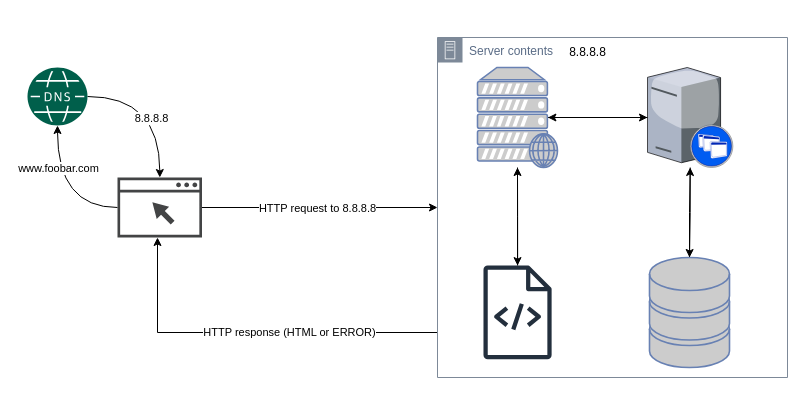
The draw.io diagram Untitled Simple web stack.drawio in abogo-nono/draw.io, before the edit. Source tidied: cells renumbered, new cells numbered last; positions are measured from the earlier drawing's top-left corner, leaving out a move shared by most shapes. Both pictures are drawn from the tidied source at 100%, with x=0, y=0 at pixel (27, 37).
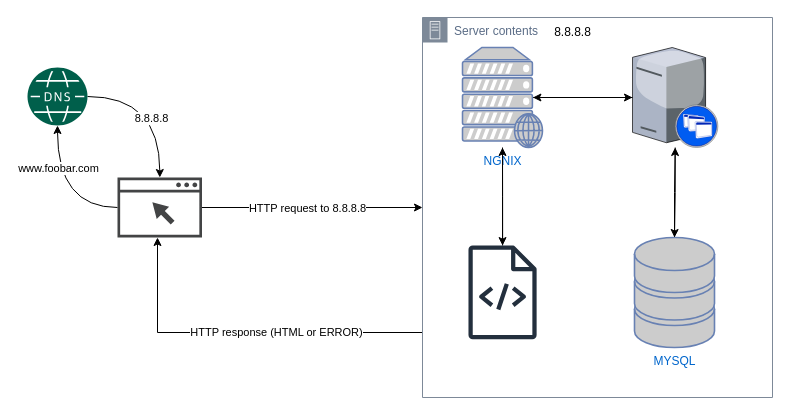
Above is the later version.

Commit message (it also covers changes not shown here):
Simple web stack.drawio

Change to the diagram source:
```diff
@@
     <mxCell id="4" value="Server contents" style="points=[[0,0],[0.25,0],[0.5,0],[0.75,0],[1,0],[1,0.25],[1,0.5],[1,0.75],[1,1],[0.75,1],[0.5,1],[0.25,1],[0,1],[0,0.75],[0,0.5],[0,0.25]];outlineConnect=0;gradientColor=none;html=1;whiteSpace=wrap;fontSize=12;fontStyle=0;shape=mxgraph.aws4.group;grIcon=mxgraph.aws4.group_on_premise;strokeColor=#7D8998;fillColor=none;verticalAlign=top;align=left;spacingLeft=30;fontColor=#5A6C86;dashed=0;" parent="1" vertex="1">
-      <mxGeometry x="410" width="350" height="340" as="geometry" />
+      <mxGeometry x="395" y="-20" width="350" height="380" as="geometry" />
     </mxCell>
@@
-    <mxCell id="6" style="fontColor=#0066CC;verticalAlign=top;verticalLabelPosition=bottom;labelPosition=center;align=center;html=1;outlineConnect=0;fillColor=#CCCCCC;strokeColor=#6881B3;gradientColor=none;gradientDirection=north;strokeWidth=2;shape=mxgraph.networks.web_server;" parent="4" vertex="1">
+    <mxCell id="6" value="NGNIX" style="fontColor=#0066CC;verticalAlign=top;verticalLabelPosition=bottom;labelPosition=center;align=center;html=1;outlineConnect=0;fillColor=#CCCCCC;strokeColor=#6881B3;gradientColor=none;gradientDirection=north;strokeWidth=2;shape=mxgraph.networks.web_server;" parent="4" vertex="1">
       <mxGeometry x="40" y="30" width="80" height="100" as="geometry" />
     </mxCell>
@@
-    <mxCell id="8" style="fontColor=#0066CC;verticalAlign=top;verticalLabelPosition=bottom;labelPosition=center;align=center;html=1;outlineConnect=0;fillColor=#CCCCCC;strokeColor=#6881B3;gradientColor=none;gradientDirection=north;strokeWidth=2;shape=mxgraph.networks.storage;" parent="4" vertex="1">
+    <mxCell id="8" value="MYSQL" style="fontColor=#0066CC;verticalAlign=top;verticalLabelPosition=bottom;labelPosition=center;align=center;html=1;outlineConnect=0;fillColor=#CCCCCC;strokeColor=#6881B3;gradientColor=none;gradientDirection=north;strokeWidth=2;shape=mxgraph.networks.storage;" parent="4" vertex="1">
       <mxGeometry x="212" y="220" width="80" height="110" as="geometry" />
     </mxCell>
```
